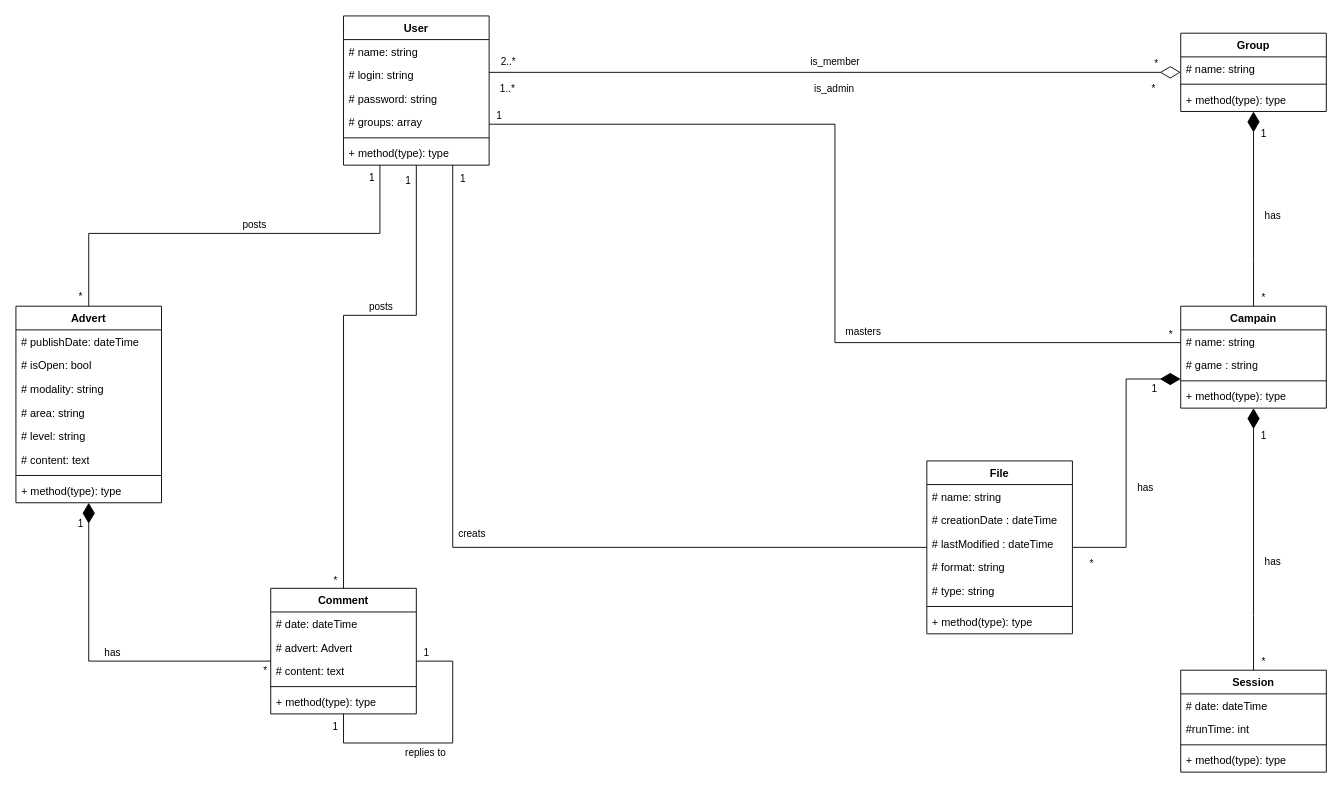
Earlier version of the draw.io diagram page "UML" (3 of 4) of Documentation/Diagrames.drawio (ThreeLeggedDuckling/I3WAD_SymfonyProject). Source tidied: cells renumbered, new cells numbered last; positions are measured from the earlier drawing's top-left corner, leaving out a move shared by most shapes. Both pictures are drawn from the tidied source at 91%, with x=0, y=0 at pixel (15, 15).
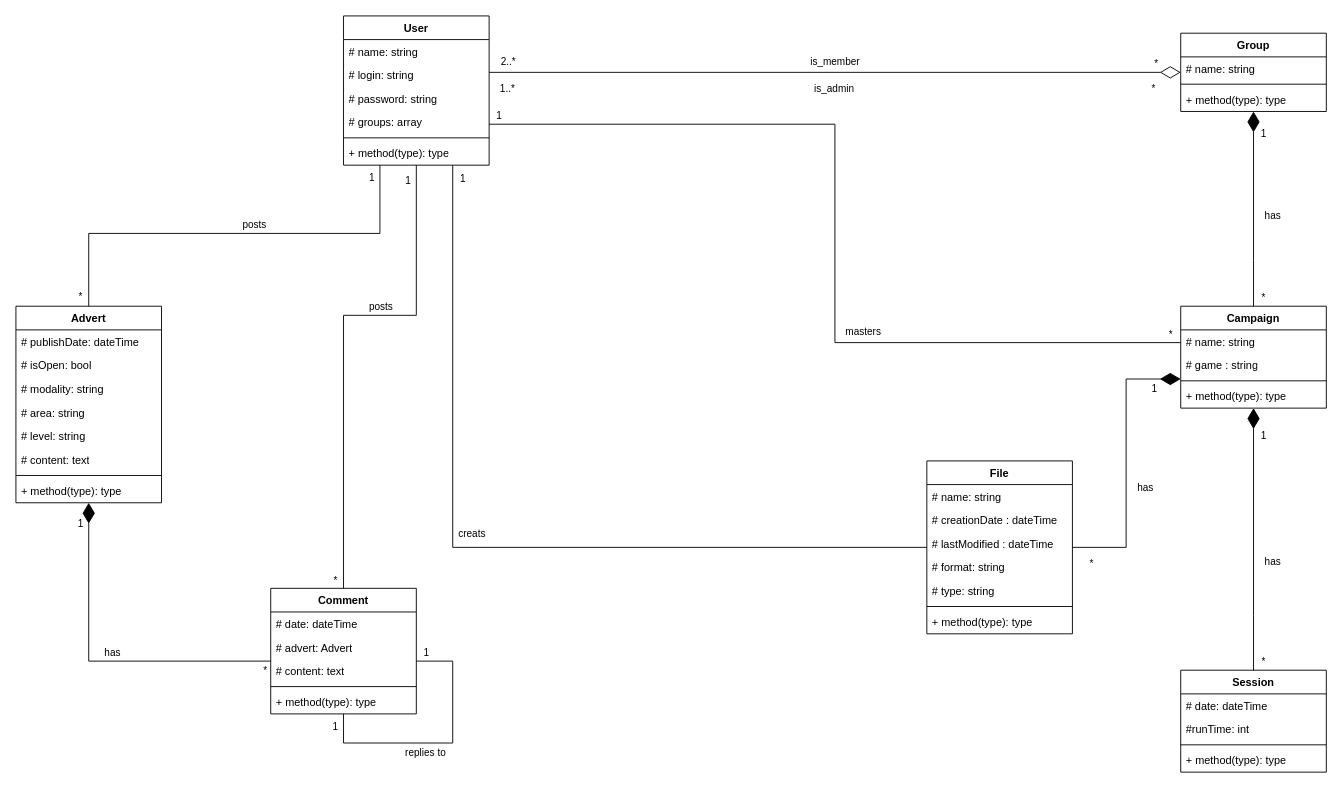
The same page after the edit.

Commit message (it also covers changes not shown here):
spellcorr campaign

Change to the diagram source:
```diff
@@
-    <mxCell id="13" value="Campain" style="swimlane;fontStyle=1;align=center;verticalAlign=top;horizontal=1;startSize=26;whiteSpace=wrap;html=1;" parent="1" vertex="1">
+    <mxCell id="13" value="Campaign" style="swimlane;fontStyle=1;align=center;verticalAlign=top;horizontal=1;startSize=26;whiteSpace=wrap;html=1;" parent="1" vertex="1">
       <mxGeometry x="1280" y="319" width="160" height="112" as="geometry" />
     </mxCell>
```
